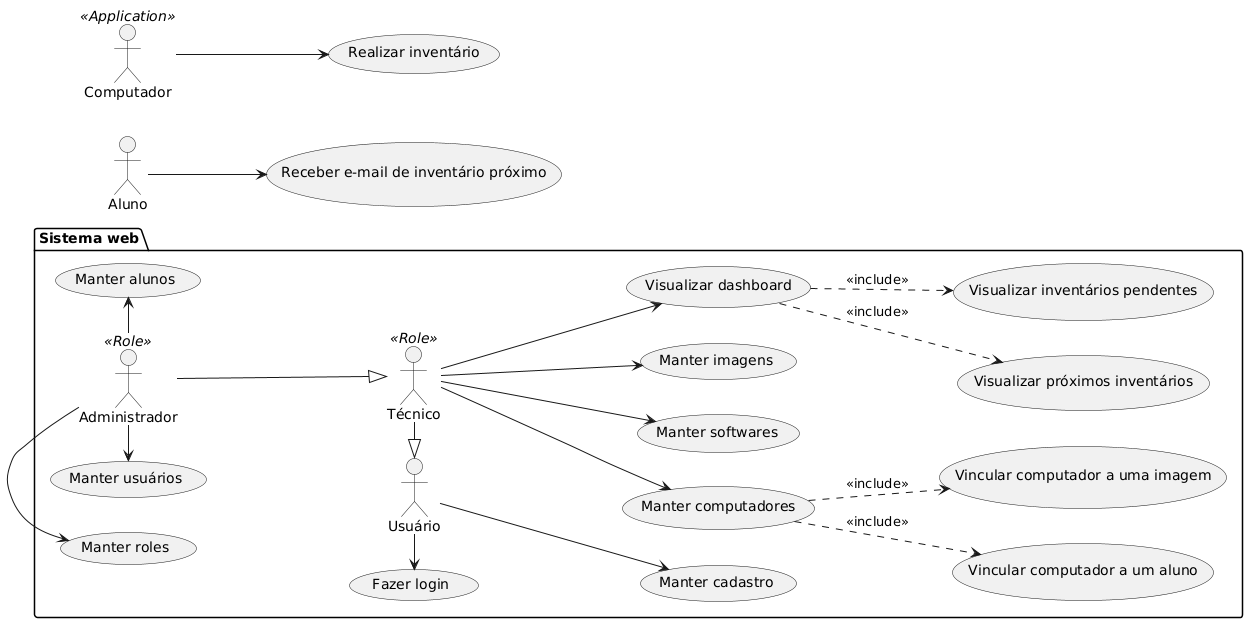
This is resources/casos-de-uso.png from kavvata/sigemp, a PlantUML export, as it was before one commit.
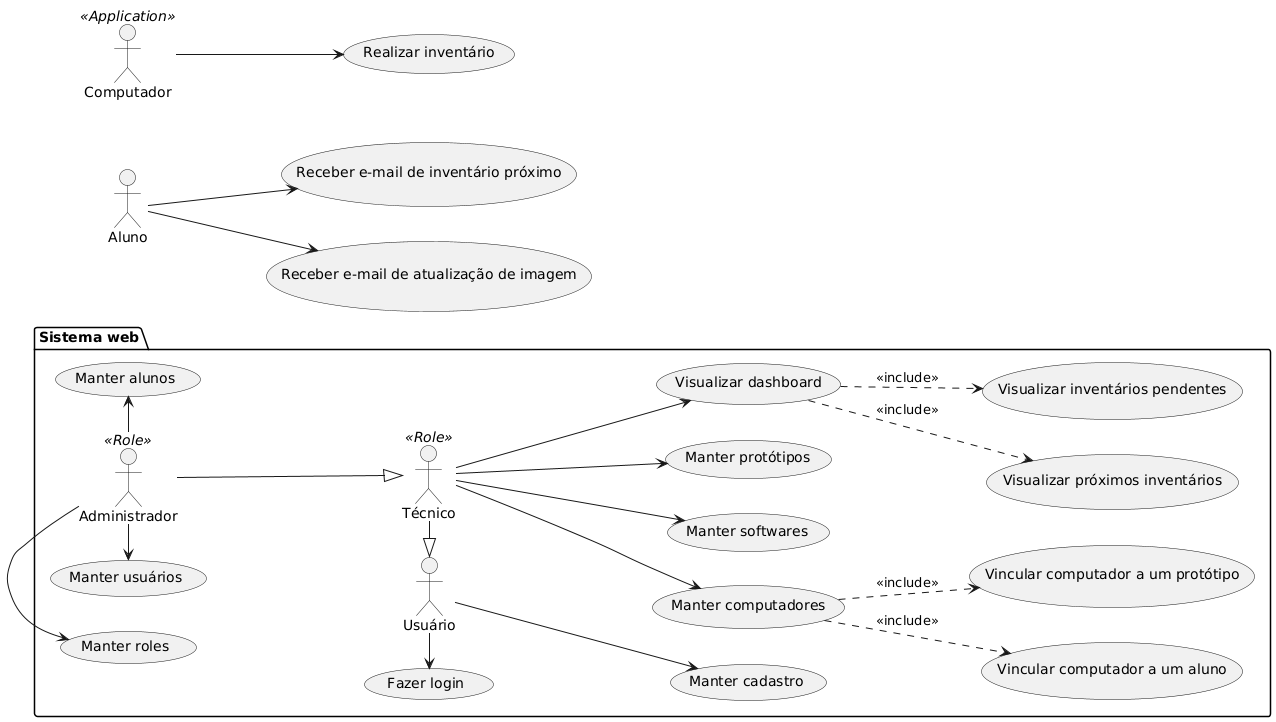
The same file after the commit.

Commit message:
Related #5: Alterado nome de modelo

The edit, as a diff of the source:
```diff
@@ -13,13 +13,13 @@
     "Manter computadores" as (crudcomp)
     tec -l-|> user
     tec --> (Manter softwares)
-    tec --> (Manter imagens)
+    tec --> (Manter protótipos)
     tec --> crudcomp
     tec --> dash
     dash ..> (Visualizar próximos inventários) : <<include>>
     dash ..> (Visualizar inventários pendentes) : <<include>>
     crudcomp ..> (Vincular computador a um aluno) : <<include>>
-    crudcomp ..> (Vincular computador a uma imagem) : <<include>>
+    crudcomp ..> (Vincular computador a um protótipo) : <<include>>
 
     admin -d-|> tec
     admin -l-> (Manter usuários)
@@ -29,6 +29,7 @@
 
   :Aluno: as alu
   alu --> (Receber e-mail de inventário próximo)
+  alu --> (Receber e-mail de atualização de imagem)
   :Computador: as comp <<Application>>
   comp --> (Realizar inventário)
 @enduml
```
